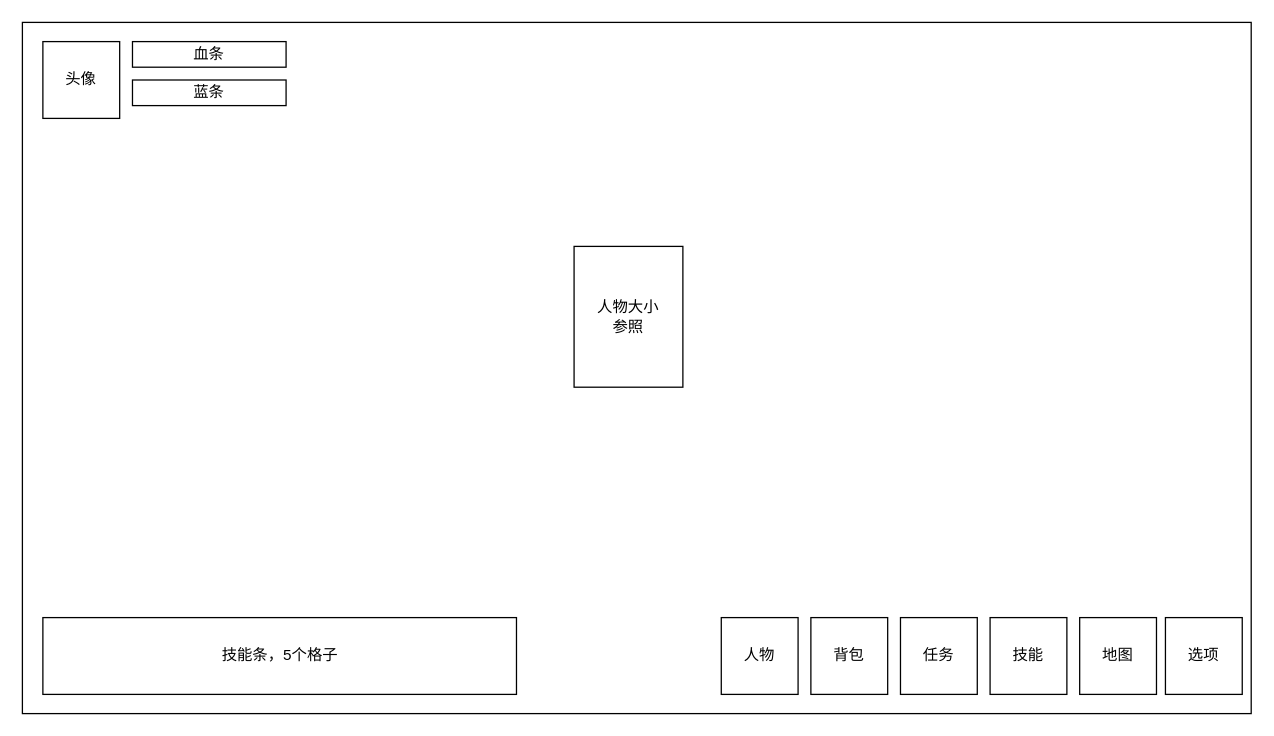
Earlier version of the draw.io diagram ui_design.drawio (ssw940521/archerBackend). Source tidied: cells renumbered, new cells numbered last; positions are measured from the earlier drawing's top-left corner, leaving out a move shared by most shapes. Both pictures are drawn from the tidied source at 128%, with x=0, y=0 at pixel (22, 22).
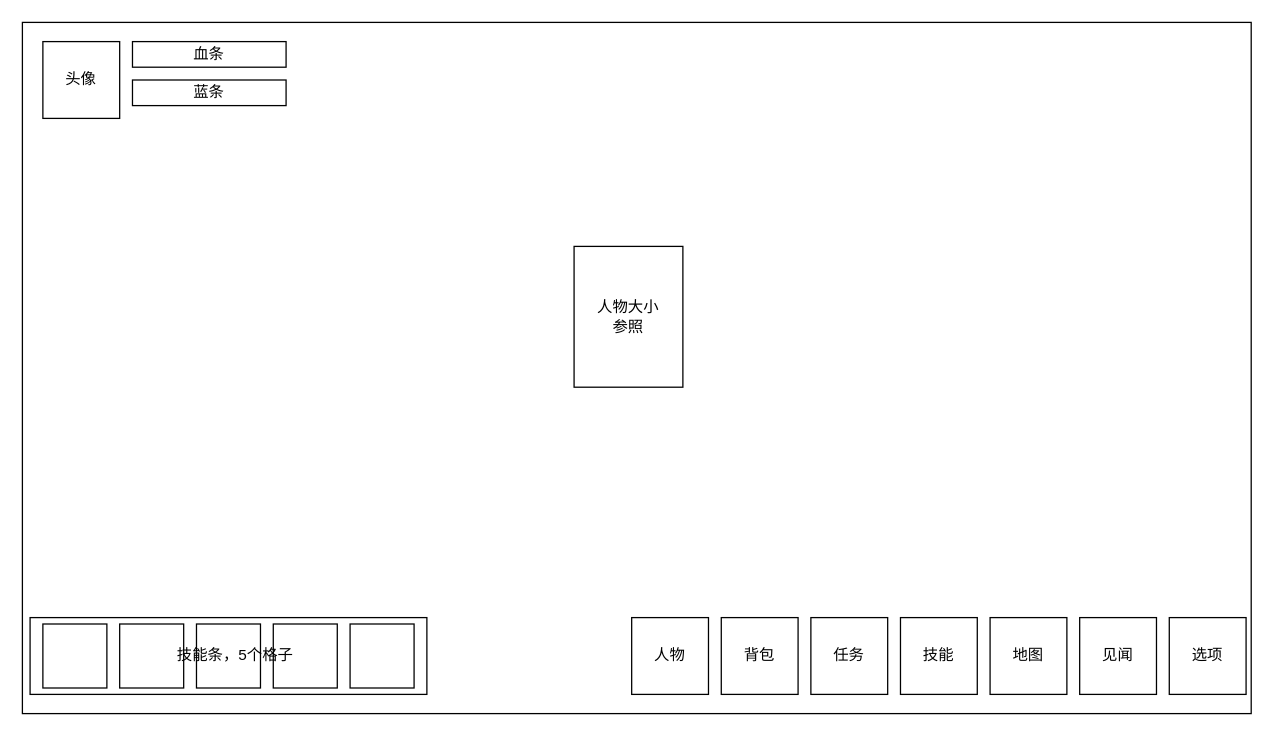
The same diagram, later.

The change refers to these unchanged cells:
```xml
<mxCell id="16" style="group;" parent="1" vertex="1">
  <mxGeometry x="16" y="465" width="370" height="60" as="geometry" />
</mxCell>
```

Diff of the diagram source:
```diff
@@
     <mxCell id="11" value="人物" style="rounded=0;whiteSpace=wrap;html=1;fillColor=none;" parent="1" vertex="1">
-      <mxGeometry x="546" y="465" width="60" height="60" as="geometry" />
+      <mxGeometry x="476" y="465" width="60" height="60" as="geometry" />
     </mxCell>
     <mxCell id="12" value="背包" style="rounded=0;whiteSpace=wrap;html=1;fillColor=none;" parent="1" vertex="1">
-      <mxGeometry x="616" y="465" width="60" height="60" as="geometry" />
+      <mxGeometry x="546" y="465" width="60" height="60" as="geometry" />
     </mxCell>
     <mxCell id="13" value="技能" style="rounded=0;whiteSpace=wrap;html=1;fillColor=none;" parent="1" vertex="1">
-      <mxGeometry x="756" y="465" width="60" height="60" as="geometry" />
+      <mxGeometry x="686" y="465" width="60" height="60" as="geometry" />
     </mxCell>
     <mxCell id="14" value="选项" style="rounded=0;whiteSpace=wrap;html=1;fillColor=none;" parent="1" vertex="1">
-      <mxGeometry x="893" y="465" width="60" height="60" as="geometry" />
+      <mxGeometry x="896" y="465" width="60" height="60" as="geometry" />
     </mxCell>
@@
     <mxCell id="17" style="rounded=0;whiteSpace=wrap;html=1;fillColor=none;" parent="16" vertex="1">
-      <mxGeometry width="370" height="60" as="geometry" />
+      <mxGeometry x="-10" width="310" height="60" as="geometry" />
     </mxCell>
+    <mxCell id="21" style="rounded=0;whiteSpace=wrap;html=1;fillColor=none;" parent="16" vertex="1">
+      <mxGeometry x="60" y="5" width="50" height="50" as="geometry" />
+    </mxCell>
+    <mxCell id="22" style="rounded=0;whiteSpace=wrap;html=1;fillColor=none;" parent="16" vertex="1">
+      <mxGeometry x="120" y="5" width="50" height="50" as="geometry" />
+    </mxCell>
     <mxCell id="18" value="技能条，5个格子" style="text;strokeColor=none;align=center;fillColor=none;html=1;verticalAlign=middle;whiteSpace=wrap;rounded=0;" parent="16" vertex="1">
-      <mxGeometry x="137.5" y="15" width="95" height="30" as="geometry" />
+      <mxGeometry x="102.5" y="15" width="95" height="30" as="geometry" />
     </mxCell>
+    <mxCell id="23" style="rounded=0;whiteSpace=wrap;html=1;fillColor=none;" parent="16" vertex="1">
+      <mxGeometry y="5" width="50" height="50" as="geometry" />
+    </mxCell>
+    <mxCell id="24" style="rounded=0;whiteSpace=wrap;html=1;fillColor=none;" parent="16" vertex="1">
+      <mxGeometry x="180" y="5" width="50" height="50" as="geometry" />
+    </mxCell>
+    <mxCell id="25" style="rounded=0;whiteSpace=wrap;html=1;fillColor=none;" parent="16" vertex="1">
+      <mxGeometry x="240" y="5" width="50" height="50" as="geometry" />
+    </mxCell>
     <mxCell id="19" value="任务" style="rounded=0;whiteSpace=wrap;html=1;fillColor=none;" parent="1" vertex="1">
-      <mxGeometry x="686" y="465" width="60" height="60" as="geometry" />
+      <mxGeometry x="616" y="465" width="60" height="60" as="geometry" />
     </mxCell>
     <mxCell id="20" value="地图" style="rounded=0;whiteSpace=wrap;html=1;fillColor=none;" parent="1" vertex="1">
-      <mxGeometry x="826" y="465" width="60" height="60" as="geometry" />
+      <mxGeometry x="756" y="465" width="60" height="60" as="geometry" />
     </mxCell>
+    <mxCell id="26" value="见闻" style="rounded=0;whiteSpace=wrap;html=1;fillColor=none;" parent="1" vertex="1">
+      <mxGeometry x="826" y="465" width="60" height="60" as="geometry" />
+    </mxCell>
```
